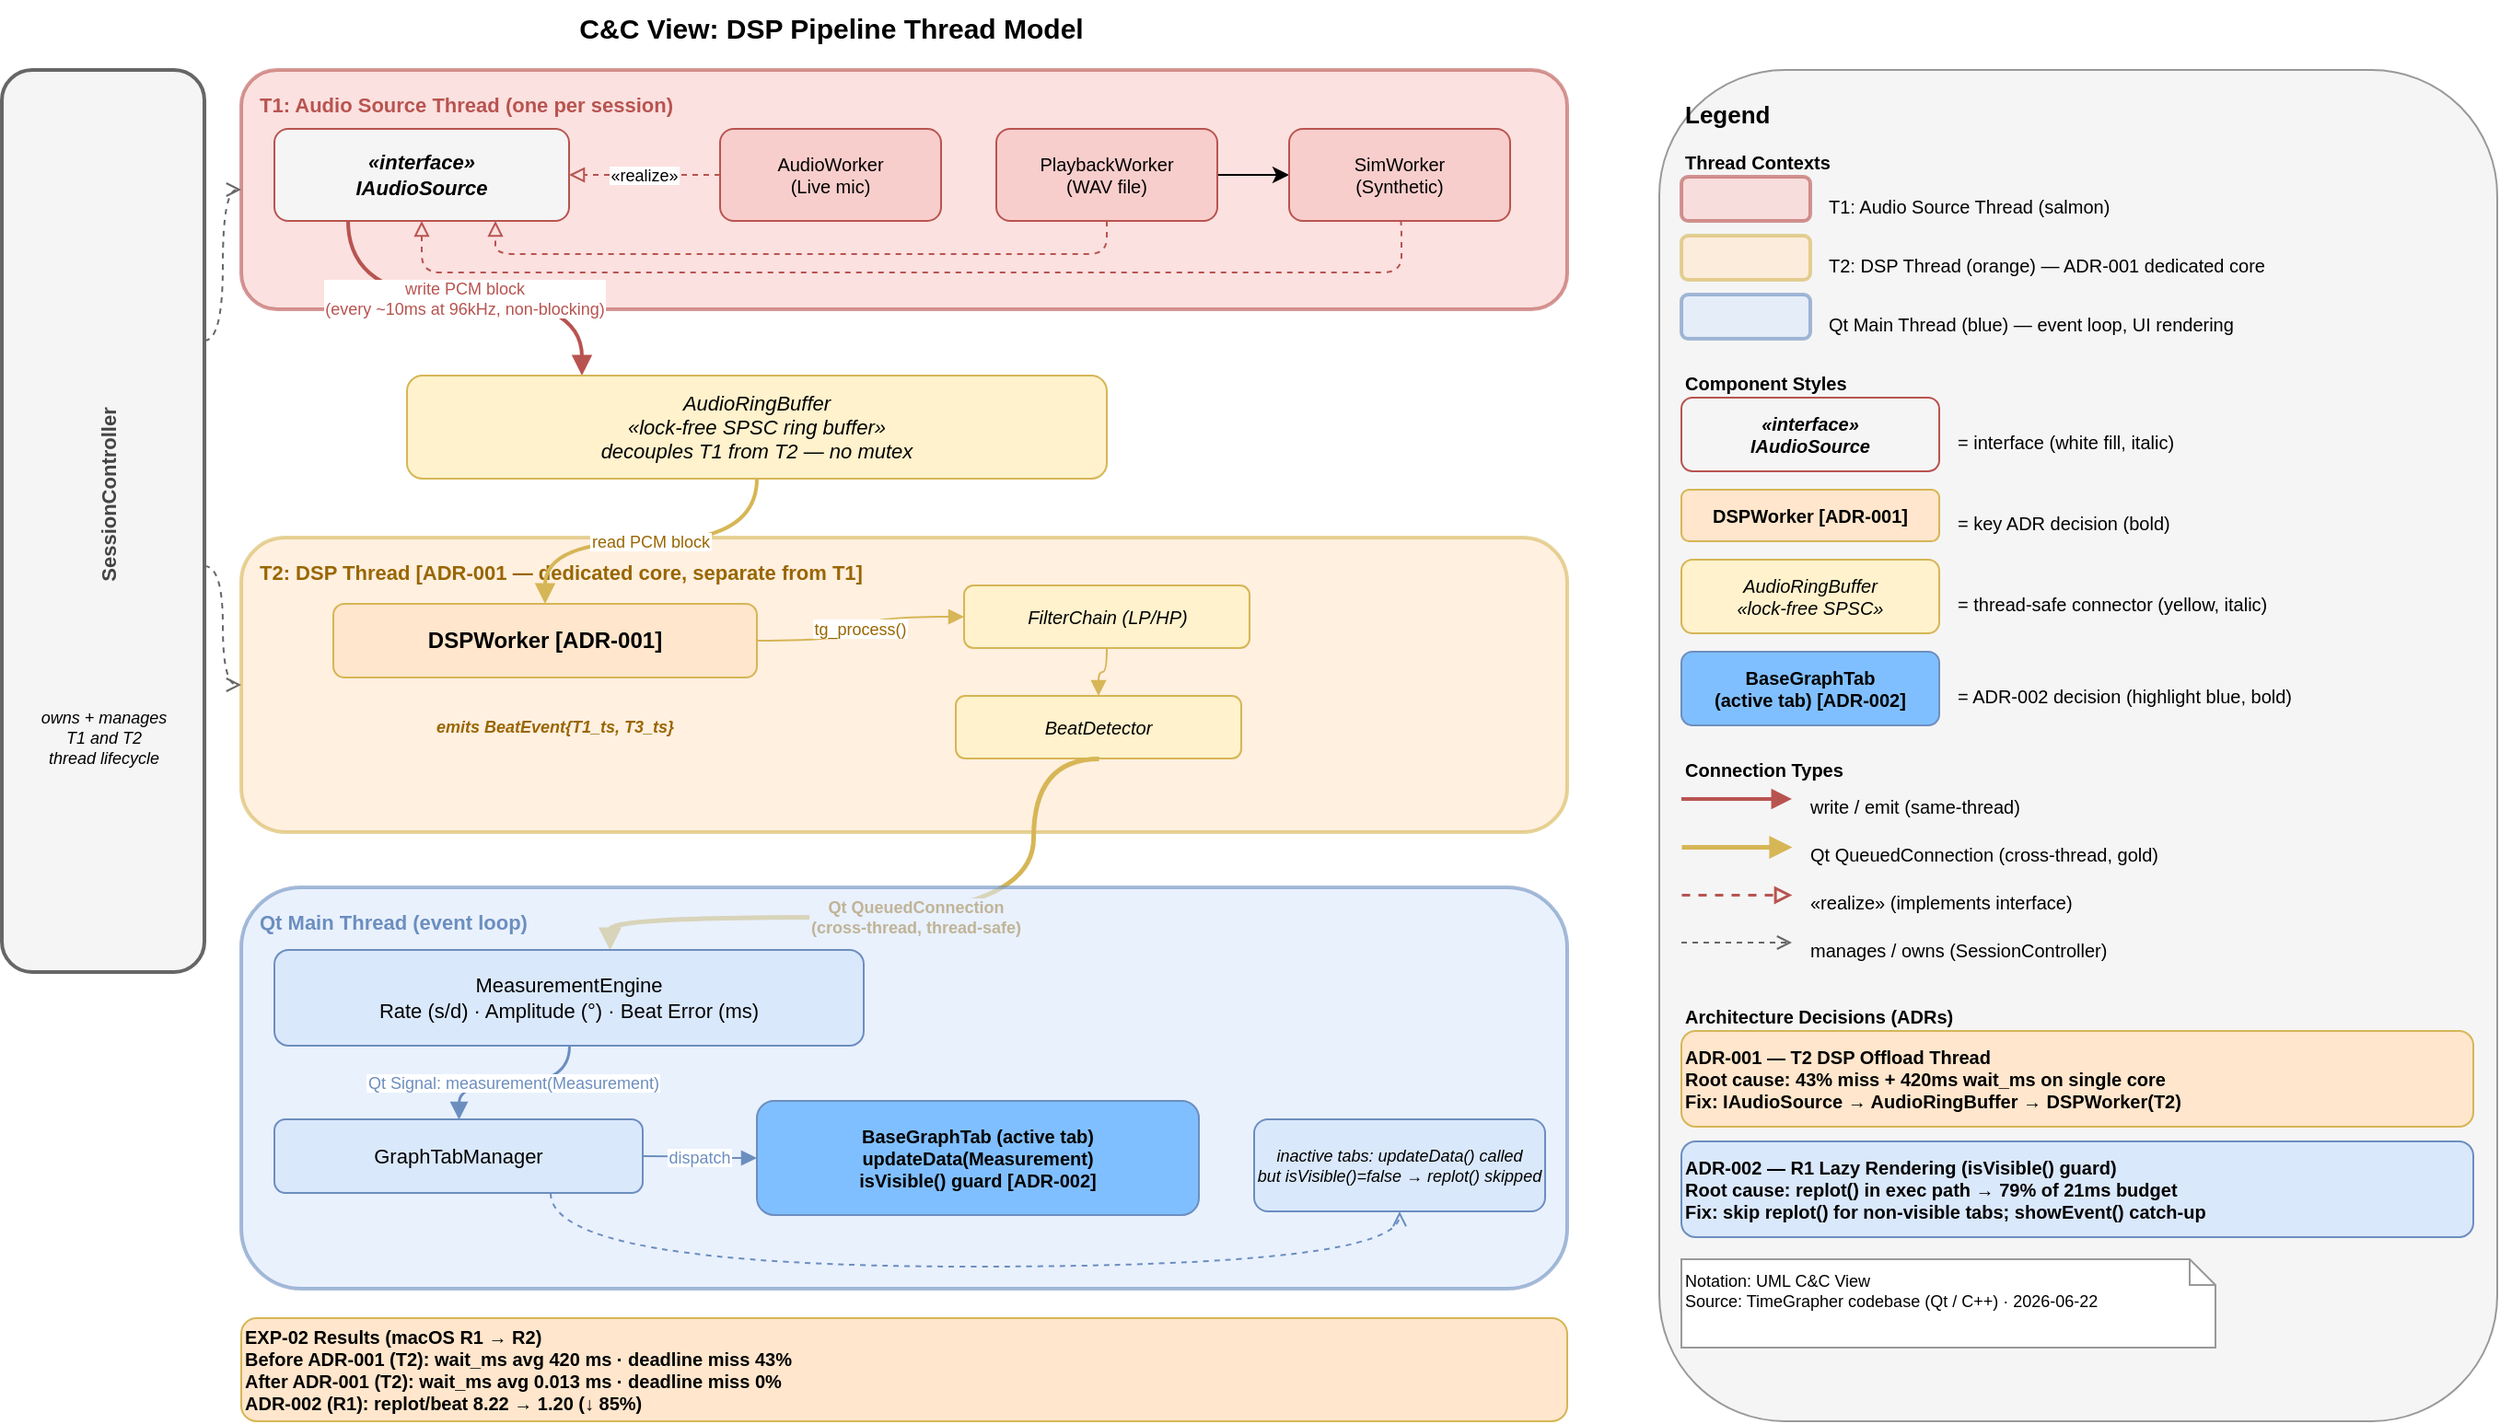
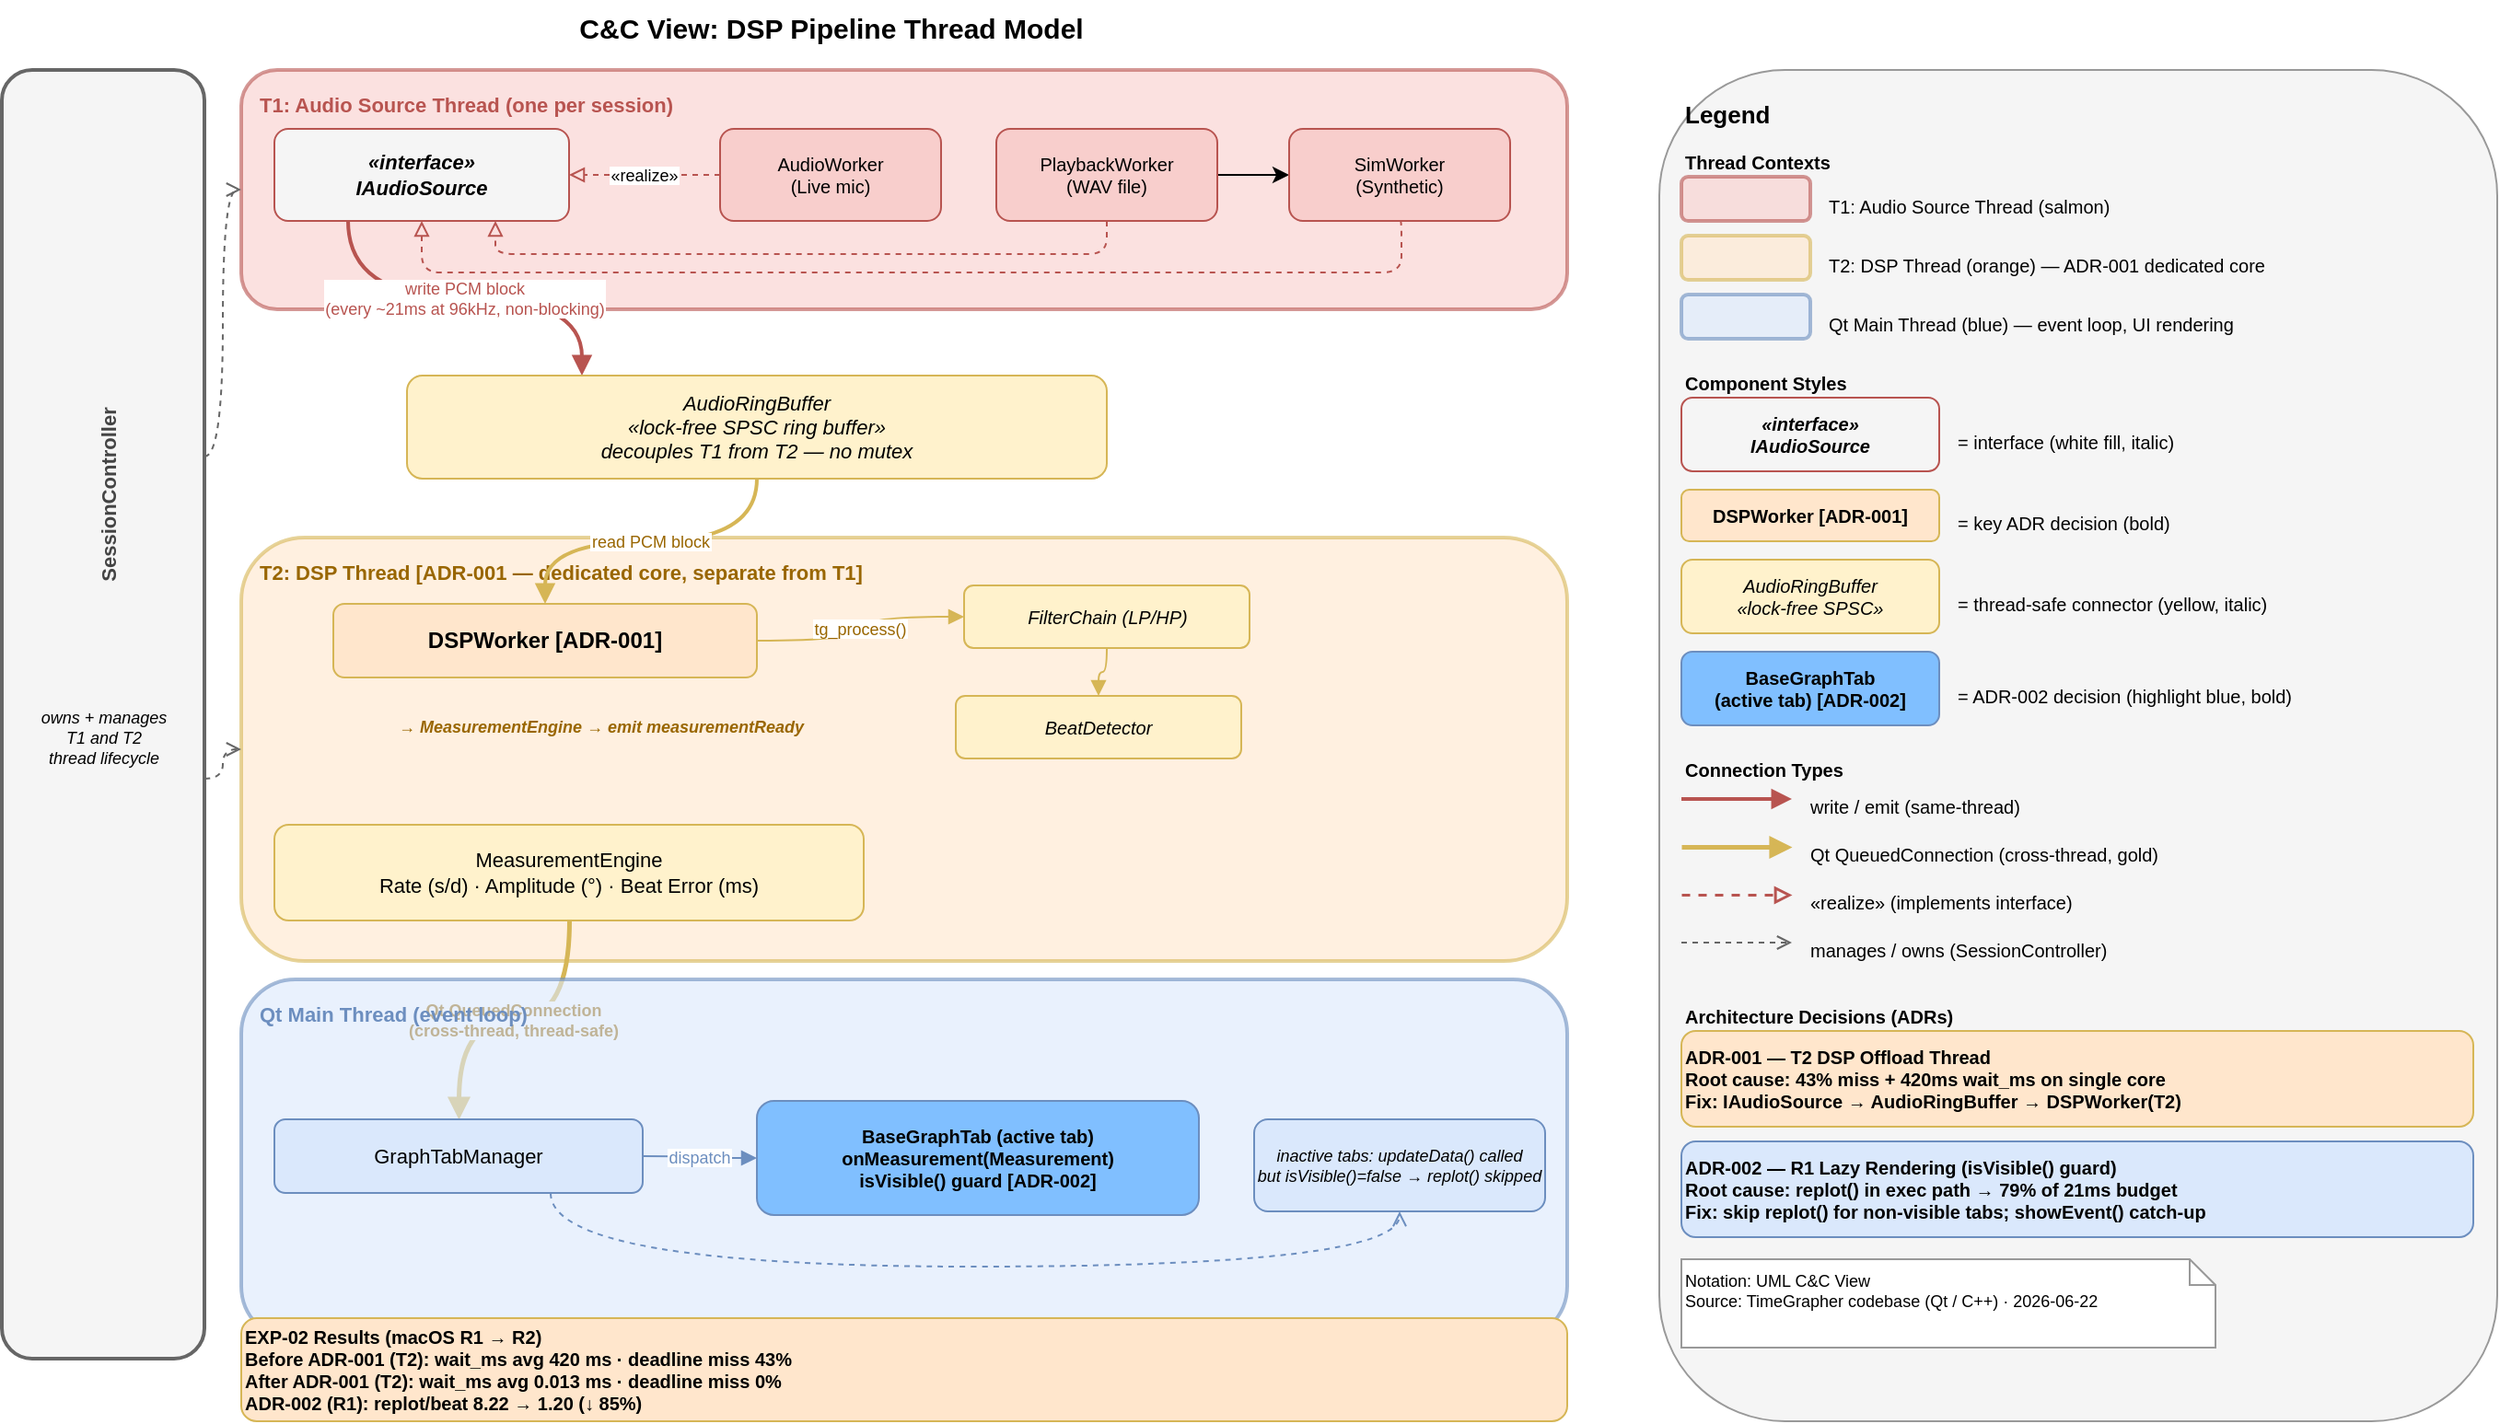
<mxfile host="65bd71144e">
    <diagram id="qyTlTNhwdUwzPtwj8nr9" name="DSP Pipeline C&amp;C View">
        <mxGraphModel dx="1134" dy="559" grid="1" gridSize="10" guides="1" tooltips="1" connect="1" arrows="1" fold="1" page="1" pageScale="1" pageWidth="1400" pageHeight="800" math="0" shadow="0">
            <root>
                <mxCell id="0"/>
                <mxCell id="1" parent="0"/>
                <mxCell id="T0" value="C&amp;C View: DSP Pipeline Thread Model" style="text;html=1;strokeColor=none;fillColor=none;align=center;fontSize=15;fontStyle=1;" parent="1" vertex="1">
                    <mxGeometry x="60" y="12" width="820" height="28" as="geometry"/>
                </mxCell>
                <mxCell id="SC_BOX" value="" style="rounded=1;whiteSpace=wrap;html=1;fillColor=#f5f5f5;strokeColor=#666666;strokeWidth=2;" parent="1" vertex="1">
-                     <mxGeometry x="20" y="50" width="110" height="490" as="geometry"/>
+                     <mxGeometry x="20" y="50" width="110" height="700" as="geometry"/>
                </mxCell>
                <mxCell id="SC_LBL" value="SessionController" style="text;html=1;strokeColor=none;fillColor=none;fontStyle=1;fontSize=11;fontColor=#444444;rotation=-90;align=center;" parent="1" vertex="1">
                    <mxGeometry x="-14" y="270" width="180" height="22" as="geometry"/>
                </mxCell>
                <mxCell id="SC_NOTE" value="owns + manages&#xa;T1 and T2&#xa;thread lifecycle" style="text;html=1;strokeColor=none;fillColor=none;fontSize=9;fontStyle=2;align=center;" parent="1" vertex="1">
                    <mxGeometry x="24" y="390" width="102" height="50" as="geometry"/>
                </mxCell>
                <mxCell id="T1_BG" value="" style="rounded=1;whiteSpace=wrap;html=1;fillColor=#f8cecc;strokeColor=#b85450;strokeWidth=2;opacity=60;" parent="1" vertex="1">
                    <mxGeometry x="150" y="50" width="720" height="130" as="geometry"/>
                </mxCell>
                <mxCell id="T1_LBL" value="T1: Audio Source Thread  (one per session)" style="text;html=1;strokeColor=none;fillColor=none;fontStyle=1;fontSize=11;fontColor=#b85450;align=left;" parent="1" vertex="1">
                    <mxGeometry x="158" y="56" width="380" height="20" as="geometry"/>
                </mxCell>
                <mxCell id="IA" value="«interface»&#xa;IAudioSource" style="rounded=1;whiteSpace=wrap;html=1;fillColor=#f5f5f5;strokeColor=#b85450;fontStyle=3;fontSize=11;" parent="1" vertex="1">
                    <mxGeometry x="168" y="82" width="160" height="50" as="geometry"/>
                </mxCell>
                <mxCell id="AW" value="AudioWorker&#xa;(Live mic)" style="rounded=1;whiteSpace=wrap;html=1;fillColor=#f8cecc;strokeColor=#b85450;fontSize=10;" parent="1" vertex="1">
                    <mxGeometry x="410" y="82" width="120" height="50" as="geometry"/>
                </mxCell>
                <mxCell id="2" value="" style="edgeStyle=none;html=1;" edge="1" parent="1" source="PW" target="SW">
                    <mxGeometry relative="1" as="geometry"/>
                </mxCell>
                <mxCell id="PW" value="PlaybackWorker&#xa;(WAV file)" style="rounded=1;whiteSpace=wrap;html=1;fillColor=#f8cecc;strokeColor=#b85450;fontSize=10;" parent="1" vertex="1">
                    <mxGeometry x="560" y="82" width="120" height="50" as="geometry"/>
                </mxCell>
                <mxCell id="SW" value="SimWorker&#xa;(Synthetic)" style="rounded=1;whiteSpace=wrap;html=1;fillColor=#f8cecc;strokeColor=#b85450;fontSize=10;" parent="1" vertex="1">
                    <mxGeometry x="719" y="82" width="120" height="50" as="geometry"/>
                </mxCell>
                <mxCell id="R_AW" value="«realize»" style="dashed=1;endArrow=block;endFill=0;strokeColor=#b85450;fontSize=9;" parent="1" source="AW" target="IA" edge="1">
                    <mxGeometry relative="1" as="geometry"/>
                </mxCell>
                <mxCell id="R_PW" value="" style="dashed=1;endArrow=block;endFill=0;strokeColor=#b85450;exitX=0.5;exitY=1;exitDx=0;exitDy=0;entryX=0.75;entryY=1;entryDx=0;entryDy=0;edgeStyle=orthogonalEdgeStyle;" parent="1" source="PW" target="IA" edge="1">
                    <mxGeometry relative="1" as="geometry">
                        <Array as="points">
                            <mxPoint x="620" y="150"/>
                            <mxPoint x="288" y="150"/>
                        </Array>
                    </mxGeometry>
                </mxCell>
                <mxCell id="R_SW" value="" style="dashed=1;endArrow=block;endFill=0;strokeColor=#b85450;exitX=0.5;exitY=1;exitDx=0;exitDy=0;entryX=0.5;entryY=1;entryDx=0;entryDy=0;edgeStyle=orthogonalEdgeStyle;" parent="1" source="SW" target="IA" edge="1">
                    <mxGeometry relative="1" as="geometry">
                        <Array as="points">
                            <mxPoint x="780" y="132"/>
                            <mxPoint x="780" y="160"/>
                            <mxPoint x="248" y="160"/>
                        </Array>
                    </mxGeometry>
                </mxCell>
-                 <mxCell id="T1_RB" value="write PCM block&#xa;(every ~10ms at 96kHz, non-blocking)" style="edgeStyle=orthogonalEdgeStyle;rounded=1;curved=1;endArrow=block;endFill=1;strokeColor=#b85450;strokeWidth=2;fontColor=#b85450;fontSize=9;align=center;entryX=0.25;entryY=0;entryDx=0;entryDy=0;exitX=0.25;exitY=1;exitDx=0;exitDy=0;" parent="1" source="IA" target="RB" edge="1">
+                 <mxCell id="T1_RB" value="write PCM block&#xa;(every ~21ms at 96kHz, non-blocking)" style="edgeStyle=orthogonalEdgeStyle;rounded=1;curved=1;endArrow=block;endFill=1;strokeColor=#b85450;strokeWidth=2;fontColor=#b85450;fontSize=9;align=center;entryX=0.25;entryY=0;entryDx=0;entryDy=0;exitX=0.25;exitY=1;exitDx=0;exitDy=0;" parent="1" source="IA" target="RB" edge="1">
                    <mxGeometry relative="1" as="geometry"/>
                </mxCell>
                <mxCell id="RB" value="AudioRingBuffer&#xa;«lock-free SPSC ring buffer»&#xa;decouples T1 from T2 — no mutex" style="rounded=1;whiteSpace=wrap;html=1;fillColor=#fff2cc;strokeColor=#d6b656;fontStyle=2;fontSize=11;" parent="1" vertex="1">
                    <mxGeometry x="240" y="216" width="380" height="56" as="geometry"/>
                </mxCell>
                <mxCell id="T2_BG" value="" style="rounded=1;whiteSpace=wrap;html=1;fillColor=#ffe6cc;strokeColor=#d6b656;strokeWidth=2;opacity=60;" parent="1" vertex="1">
-                     <mxGeometry x="150" y="304" width="720" height="160" as="geometry"/>
+                     <mxGeometry x="150" y="304" width="720" height="230" as="geometry"/>
                </mxCell>
                <mxCell id="T2_LBL" value="T2: DSP Thread  [ADR-001 — dedicated core, separate from T1]" style="text;html=1;strokeColor=none;fillColor=none;fontStyle=1;fontSize=11;fontColor=#996600;align=left;" parent="1" vertex="1">
                    <mxGeometry x="158" y="310" width="540" height="20" as="geometry"/>
                </mxCell>
                <mxCell id="DW" value="DSPWorker [ADR-001]" style="rounded=1;whiteSpace=wrap;html=1;fillColor=#ffe6cc;strokeColor=#d6b656;fontStyle=1;fontSize=12;" parent="1" vertex="1">
                    <mxGeometry x="200" y="340" width="230" height="40" as="geometry"/>
                </mxCell>
                <mxCell id="FC" value="FilterChain (LP/HP)" style="rounded=1;whiteSpace=wrap;html=1;fillColor=#fff2cc;strokeColor=#d6b656;fontStyle=2;fontSize=10;" parent="1" vertex="1">
                    <mxGeometry x="542.5" y="330" width="155" height="34" as="geometry"/>
                </mxCell>
                <mxCell id="BD" value="BeatDetector" style="rounded=1;whiteSpace=wrap;html=1;fillColor=#fff2cc;strokeColor=#d6b656;fontStyle=2;fontSize=10;" parent="1" vertex="1">
                    <mxGeometry x="538" y="390" width="155" height="34" as="geometry"/>
                </mxCell>
                <mxCell id="RB_DW" value="read PCM block" style="edgeStyle=orthogonalEdgeStyle;rounded=1;curved=1;endArrow=block;endFill=1;strokeColor=#d6b656;strokeWidth=2;fontColor=#996600;fontSize=9;" parent="1" source="RB" target="DW" edge="1">
                    <mxGeometry relative="1" as="geometry"/>
                </mxCell>
                <mxCell id="DW_FC" value="tg_process()" style="edgeStyle=orthogonalEdgeStyle;rounded=1;curved=1;endArrow=block;endFill=1;strokeColor=#d6b656;fontSize=9;fontColor=#996600;" parent="1" source="DW" target="FC" edge="1">
                    <mxGeometry relative="1" as="geometry"/>
                </mxCell>
                <mxCell id="FC_BD" value="" style="edgeStyle=orthogonalEdgeStyle;rounded=1;curved=1;endArrow=block;endFill=1;strokeColor=#d6b656;" parent="1" source="FC" target="BD" edge="1">
                    <mxGeometry relative="1" as="geometry"/>
                </mxCell>
-                 <mxCell id="BE_LBL" value="emits BeatEvent{T1_ts, T3_ts}" style="text;html=1;strokeColor=none;fillColor=none;fontSize=9;fontStyle=3;fontColor=#996600;align=center;" parent="1" vertex="1">
-                     <mxGeometry x="200" y="395" width="240" height="16" as="geometry"/>
-                 </mxCell>
-                 <mxCell id="T2_QC" value="Qt QueuedConnection&#xa;(cross-thread, thread-safe)" style="edgeStyle=orthogonalEdgeStyle;rounded=1;curved=1;endArrow=block;endFill=1;strokeColor=#d6b656;strokeWidth=2.5;fontColor=#996600;fontSize=9;fontStyle=1;align=center;exitX=0.5;exitY=1;exitDx=0;exitDy=0;" parent="1" source="BD" target="ME" edge="1">
-                     <mxGeometry relative="1" as="geometry">
-                         <Array as="points">
-                             <mxPoint x="580" y="424"/>
-                             <mxPoint x="580" y="510"/>
-                             <mxPoint x="350" y="510"/>
-                         </Array>
-                     </mxGeometry>
+                 <mxCell id="BE_LBL" value="→ MeasurementEngine → emit measurementReady" style="text;html=1;strokeColor=none;fillColor=none;fontSize=9;fontStyle=3;fontColor=#996600;align=center;" parent="1" vertex="1">
+                     <mxGeometry x="200" y="395" width="290" height="16" as="geometry"/>
+                 </mxCell>
+                 <mxCell id="T2_QC" value="Qt QueuedConnection&#xa;(cross-thread, thread-safe)" style="edgeStyle=orthogonalEdgeStyle;rounded=1;curved=1;endArrow=block;endFill=1;strokeColor=#d6b656;strokeWidth=2.5;fontColor=#996600;fontSize=9;fontStyle=1;align=center;exitX=0.5;exitY=1;exitDx=0;exitDy=0;" parent="1" source="ME" target="GTM" edge="1">
+                     <mxGeometry relative="1" as="geometry"/>
                </mxCell>
                <mxCell id="QT_BG" value="" style="rounded=1;whiteSpace=wrap;html=1;fillColor=#dae8fc;strokeColor=#6c8ebf;strokeWidth=2;opacity=60;" parent="1" vertex="1">
-                     <mxGeometry x="150" y="494" width="720" height="218" as="geometry"/>
+                     <mxGeometry x="150" y="544" width="720" height="196" as="geometry"/>
                </mxCell>
                <mxCell id="QT_LBL" value="Qt Main Thread  (event loop)" style="text;html=1;strokeColor=none;fillColor=none;fontStyle=1;fontSize=11;fontColor=#6c8ebf;align=left;" parent="1" vertex="1">
-                     <mxGeometry x="158" y="500" width="340" height="20" as="geometry"/>
-                 </mxCell>
-                 <mxCell id="ME" value="MeasurementEngine&#xa;Rate (s/d) · Amplitude (°) · Beat Error (ms)" style="rounded=1;whiteSpace=wrap;html=1;fillColor=#dae8fc;strokeColor=#6c8ebf;fontSize=11;" parent="1" vertex="1">
-                     <mxGeometry x="168" y="528" width="320" height="52" as="geometry"/>
+                     <mxGeometry x="158" y="550" width="340" height="20" as="geometry"/>
+                 </mxCell>
+                 <mxCell id="ME" value="MeasurementEngine&#xa;Rate (s/d) · Amplitude (°) · Beat Error (ms)" style="rounded=1;whiteSpace=wrap;html=1;fillColor=#fff2cc;strokeColor=#d6b656;fontSize=11;" parent="1" vertex="1">
+                     <mxGeometry x="168" y="460" width="320" height="52" as="geometry"/>
                </mxCell>
                <mxCell id="GTM" value="GraphTabManager" style="rounded=1;whiteSpace=wrap;html=1;fillColor=#dae8fc;strokeColor=#6c8ebf;fontSize=11;" parent="1" vertex="1">
                    <mxGeometry x="168" y="620" width="200" height="40" as="geometry"/>
                </mxCell>
-                 <mxCell id="BG" value="BaseGraphTab (active tab)&#xa;updateData(Measurement)&#xa;isVisible() guard [ADR-002]" style="rounded=1;whiteSpace=wrap;html=1;fillColor=#80bfff;strokeColor=#6c8ebf;fontStyle=1;fontSize=10;" parent="1" vertex="1">
+                 <mxCell id="BG" value="BaseGraphTab (active tab)&#xa;onMeasurement(Measurement)&#xa;isVisible() guard [ADR-002]" style="rounded=1;whiteSpace=wrap;html=1;fillColor=#80bfff;strokeColor=#6c8ebf;fontStyle=1;fontSize=10;" parent="1" vertex="1">
                    <mxGeometry x="430" y="610" width="240" height="62" as="geometry"/>
                </mxCell>
                <mxCell id="INACT" value="inactive tabs: updateData() called&#xa;but isVisible()=false → replot() skipped" style="rounded=1;whiteSpace=wrap;html=1;fillColor=#dae8fc;strokeColor=#6c8ebf;fontSize=9;fontStyle=2;" parent="1" vertex="1">
                    <mxGeometry x="700" y="620" width="158" height="50" as="geometry"/>
-                 </mxCell>
-                 <mxCell id="ME_GTM" value="Qt Signal: measurement(Measurement)" style="edgeStyle=orthogonalEdgeStyle;rounded=1;curved=1;endArrow=block;endFill=1;strokeColor=#6c8ebf;strokeWidth=1.5;fontColor=#6c8ebf;fontSize=9;" parent="1" source="ME" target="GTM" edge="1">
-                     <mxGeometry relative="1" as="geometry"/>
                </mxCell>
                <mxCell id="GTM_BG" value="dispatch" style="edgeStyle=orthogonalEdgeStyle;rounded=1;curved=1;endArrow=block;endFill=1;strokeColor=#6c8ebf;fontColor=#6c8ebf;fontSize=9;" parent="1" source="GTM" target="BG" edge="1">
                    <mxGeometry relative="1" as="geometry"/>
                </mxCell>
                <mxCell id="GTM_INACT" value="" style="edgeStyle=orthogonalEdgeStyle;rounded=1;curved=1;dashed=1;endArrow=open;endFill=0;strokeColor=#6c8ebf;entryX=0.5;entryY=1;entryDx=0;entryDy=0;exitX=0.75;exitY=1;exitDx=0;exitDy=0;" parent="1" source="GTM" target="INACT" edge="1">
                    <mxGeometry relative="1" as="geometry">
                        <Array as="points">
                            <mxPoint x="318" y="700"/>
                            <mxPoint x="779" y="700"/>
                        </Array>
                    </mxGeometry>
                </mxCell>
                <mxCell id="SC_T1" value="" style="edgeStyle=orthogonalEdgeStyle;rounded=1;curved=1;dashed=1;endArrow=open;endFill=0;strokeColor=#666666;fontSize=9;exitX=1;exitY=0.3;exitDx=0;exitDy=0;entryX=0;entryY=0.5;entryDx=0;entryDy=0;" parent="1" source="SC_BOX" target="T1_BG" edge="1">
                    <mxGeometry relative="1" as="geometry"/>
                </mxCell>
                <mxCell id="SC_T2" value="" style="edgeStyle=orthogonalEdgeStyle;rounded=1;curved=1;dashed=1;endArrow=open;endFill=0;strokeColor=#666666;fontSize=9;exitX=1;exitY=0.55;exitDx=0;exitDy=0;entryX=0;entryY=0.5;entryDx=0;entryDy=0;" parent="1" source="SC_BOX" target="T2_BG" edge="1">
                    <mxGeometry relative="1" as="geometry"/>
                </mxCell>
                <mxCell id="EXP_BOX" value="EXP-02 Results (macOS R1 → R2)&#xa;Before ADR-001 (T2):  wait_ms avg 420 ms · deadline miss 43%&#xa;After  ADR-001 (T2):  wait_ms avg 0.013 ms · deadline miss 0%&#xa;ADR-002 (R1):  replot/beat 8.22 → 1.20  (↓ 85%)" style="rounded=1;whiteSpace=wrap;html=1;fillColor=#ffe6cc;strokeColor=#d6b656;fontSize=10;align=left;fontStyle=1;" parent="1" vertex="1">
                    <mxGeometry x="150" y="728" width="720" height="56" as="geometry"/>
                </mxCell>
                <mxCell id="LEG_BOX" value="" style="rounded=1;whiteSpace=wrap;html=1;fillColor=#f5f5f5;strokeColor=#999999;" parent="1" vertex="1">
                    <mxGeometry x="920" y="50" width="455" height="734" as="geometry"/>
                </mxCell>
                <mxCell id="LEG_T" value="Legend" style="text;html=1;strokeColor=none;fillColor=none;fontStyle=1;fontSize=13;align=left;" parent="1" vertex="1">
                    <mxGeometry x="932" y="60" width="80" height="20" as="geometry"/>
                </mxCell>
                <mxCell id="LGS0" value="Thread Contexts" style="text;html=1;strokeColor=none;fillColor=none;fontStyle=1;fontSize=10;align=left;" parent="1" vertex="1">
                    <mxGeometry x="932" y="88" width="430" height="16" as="geometry"/>
                </mxCell>
                <mxCell id="LGB1" value="" style="rounded=1;whiteSpace=wrap;html=1;fillColor=#f8cecc;strokeColor=#b85450;strokeWidth=2;opacity=60;" parent="1" vertex="1">
                    <mxGeometry x="932" y="108" width="70" height="24" as="geometry"/>
                </mxCell>
                <mxCell id="LGT_T1" value="T1: Audio Source Thread (salmon)" style="text;html=1;strokeColor=none;fillColor=none;align=left;fontSize=10;" parent="1" vertex="1">
                    <mxGeometry x="1010" y="112" width="360" height="16" as="geometry"/>
                </mxCell>
                <mxCell id="LGB2" value="" style="rounded=1;whiteSpace=wrap;html=1;fillColor=#ffe6cc;strokeColor=#d6b656;strokeWidth=2;opacity=60;" parent="1" vertex="1">
                    <mxGeometry x="932" y="140" width="70" height="24" as="geometry"/>
                </mxCell>
                <mxCell id="LGT_T2" value="T2: DSP Thread (orange) — ADR-001 dedicated core" style="text;html=1;strokeColor=none;fillColor=none;align=left;fontSize=10;" parent="1" vertex="1">
                    <mxGeometry x="1010" y="144" width="360" height="16" as="geometry"/>
                </mxCell>
                <mxCell id="LGB3" value="" style="rounded=1;whiteSpace=wrap;html=1;fillColor=#dae8fc;strokeColor=#6c8ebf;strokeWidth=2;opacity=60;" parent="1" vertex="1">
                    <mxGeometry x="932" y="172" width="70" height="24" as="geometry"/>
                </mxCell>
                <mxCell id="LGT_T3" value="Qt Main Thread (blue) — event loop, UI rendering" style="text;html=1;strokeColor=none;fillColor=none;align=left;fontSize=10;" parent="1" vertex="1">
                    <mxGeometry x="1010" y="176" width="360" height="16" as="geometry"/>
                </mxCell>
                <mxCell id="LGS1" value="Component Styles" style="text;html=1;strokeColor=none;fillColor=none;fontStyle=1;fontSize=10;align=left;" parent="1" vertex="1">
                    <mxGeometry x="932" y="208" width="430" height="16" as="geometry"/>
                </mxCell>
                <mxCell id="LGC1" value="«interface»&#xa;IAudioSource" style="rounded=1;whiteSpace=wrap;html=1;fillColor=#f5f5f5;strokeColor=#b85450;fontStyle=3;fontSize=10;" parent="1" vertex="1">
                    <mxGeometry x="932" y="228" width="140" height="40" as="geometry"/>
                </mxCell>
                <mxCell id="LGT4" value="= interface (white fill, italic)" style="text;html=1;strokeColor=none;fillColor=none;align=left;fontSize=10;" parent="1" vertex="1">
                    <mxGeometry x="1080" y="240" width="290" height="16" as="geometry"/>
                </mxCell>
                <mxCell id="LGC2" value="DSPWorker [ADR-001]" style="rounded=1;whiteSpace=wrap;html=1;fillColor=#ffe6cc;strokeColor=#d6b656;fontStyle=1;fontSize=10;" parent="1" vertex="1">
                    <mxGeometry x="932" y="278" width="140" height="28" as="geometry"/>
                </mxCell>
                <mxCell id="LGT5" value="= key ADR decision (bold)" style="text;html=1;strokeColor=none;fillColor=none;align=left;fontSize=10;" parent="1" vertex="1">
                    <mxGeometry x="1080" y="284" width="290" height="16" as="geometry"/>
                </mxCell>
                <mxCell id="LGC3" value="AudioRingBuffer&#xa;«lock-free SPSC»" style="rounded=1;whiteSpace=wrap;html=1;fillColor=#fff2cc;strokeColor=#d6b656;fontStyle=2;fontSize=10;" parent="1" vertex="1">
                    <mxGeometry x="932" y="316" width="140" height="40" as="geometry"/>
                </mxCell>
                <mxCell id="LGT6" value="= thread-safe connector (yellow, italic)" style="text;html=1;strokeColor=none;fillColor=none;align=left;fontSize=10;" parent="1" vertex="1">
                    <mxGeometry x="1080" y="328" width="290" height="16" as="geometry"/>
                </mxCell>
                <mxCell id="LGC4" value="BaseGraphTab&#xa;(active tab) [ADR-002]" style="rounded=1;whiteSpace=wrap;html=1;fillColor=#80bfff;strokeColor=#6c8ebf;fontStyle=1;fontSize=10;" parent="1" vertex="1">
                    <mxGeometry x="932" y="366" width="140" height="40" as="geometry"/>
                </mxCell>
                <mxCell id="LGT7" value="= ADR-002 decision (highlight blue, bold)" style="text;html=1;strokeColor=none;fillColor=none;align=left;fontSize=10;" parent="1" vertex="1">
                    <mxGeometry x="1080" y="378" width="290" height="16" as="geometry"/>
                </mxCell>
                <mxCell id="LGS2" value="Connection Types" style="text;html=1;strokeColor=none;fillColor=none;fontStyle=1;fontSize=10;align=left;" parent="1" vertex="1">
                    <mxGeometry x="932" y="418" width="430" height="16" as="geometry"/>
                </mxCell>
                <mxCell id="LGE1" value="" style="endArrow=block;endFill=1;strokeColor=#b85450;strokeWidth=2;" parent="1" edge="1">
                    <mxGeometry relative="1" as="geometry">
                        <mxPoint x="932" y="446" as="sourcePoint"/>
                        <mxPoint x="992" y="446" as="targetPoint"/>
                    </mxGeometry>
                </mxCell>
                <mxCell id="LGT8" value="write / emit  (same-thread)" style="text;html=1;strokeColor=none;fillColor=none;align=left;fontSize=10;" parent="1" vertex="1">
                    <mxGeometry x="1000" y="438" width="360" height="16" as="geometry"/>
                </mxCell>
                <mxCell id="LGE2" value="" style="endArrow=block;endFill=1;strokeColor=#d6b656;strokeWidth=2.5;" parent="1" edge="1">
                    <mxGeometry relative="1" as="geometry">
                        <mxPoint x="932" y="472" as="sourcePoint"/>
                        <mxPoint x="992" y="472" as="targetPoint"/>
                    </mxGeometry>
                </mxCell>
                <mxCell id="LGT9" value="Qt QueuedConnection  (cross-thread, gold)" style="text;html=1;strokeColor=none;fillColor=none;align=left;fontSize=10;" parent="1" vertex="1">
                    <mxGeometry x="1000" y="464" width="360" height="16" as="geometry"/>
                </mxCell>
                <mxCell id="LGE3" value="" style="dashed=1;endArrow=block;endFill=0;strokeColor=#b85450;strokeWidth=1.5;" parent="1" edge="1">
                    <mxGeometry relative="1" as="geometry">
                        <mxPoint x="932" y="498" as="sourcePoint"/>
                        <mxPoint x="992" y="498" as="targetPoint"/>
                    </mxGeometry>
                </mxCell>
                <mxCell id="LGT10" value="«realize»  (implements interface)" style="text;html=1;strokeColor=none;fillColor=none;align=left;fontSize=10;" parent="1" vertex="1">
                    <mxGeometry x="1000" y="490" width="360" height="16" as="geometry"/>
                </mxCell>
                <mxCell id="LGE4" value="" style="dashed=1;endArrow=open;endFill=0;strokeColor=#666666;" parent="1" edge="1">
                    <mxGeometry relative="1" as="geometry">
                        <mxPoint x="932" y="524" as="sourcePoint"/>
                        <mxPoint x="992" y="524" as="targetPoint"/>
                    </mxGeometry>
                </mxCell>
                <mxCell id="LGT11" value="manages / owns  (SessionController)" style="text;html=1;strokeColor=none;fillColor=none;align=left;fontSize=10;" parent="1" vertex="1">
                    <mxGeometry x="1000" y="516" width="360" height="16" as="geometry"/>
                </mxCell>
                <mxCell id="LGS3" value="Architecture Decisions (ADRs)" style="text;html=1;strokeColor=none;fillColor=none;fontStyle=1;fontSize=10;align=left;" parent="1" vertex="1">
                    <mxGeometry x="932" y="552" width="430" height="16" as="geometry"/>
                </mxCell>
                <mxCell id="LGADR1" value="ADR-001 — T2 DSP Offload Thread&#xa;Root cause: 43% miss + 420ms wait_ms on single core&#xa;Fix: IAudioSource → AudioRingBuffer → DSPWorker(T2)" style="rounded=1;whiteSpace=wrap;html=1;fillColor=#ffe6cc;strokeColor=#d6b656;align=left;fontSize=10;fontStyle=1;" parent="1" vertex="1">
                    <mxGeometry x="932" y="572" width="430" height="52" as="geometry"/>
                </mxCell>
                <mxCell id="LGADR2" value="ADR-002 — R1 Lazy Rendering (isVisible() guard)&#xa;Root cause: replot() in exec path → 79% of 21ms budget&#xa;Fix: skip replot() for non-visible tabs; showEvent() catch-up" style="rounded=1;whiteSpace=wrap;html=1;fillColor=#dae8fc;strokeColor=#6c8ebf;align=left;fontSize=10;fontStyle=1;" parent="1" vertex="1">
                    <mxGeometry x="932" y="632" width="430" height="52" as="geometry"/>
                </mxCell>
                <mxCell id="KNOTE" value="Notation: UML C&amp;C View&#xa;Source: TimeGrapher codebase (Qt / C++) · 2026-06-22" style="shape=note;whiteSpace=wrap;html=1;backgroundOutline=1;fontSize=9;fillColor=#ffffff;strokeColor=#999999;size=14;align=left;verticalAlign=top;" parent="1" vertex="1">
                    <mxGeometry x="932" y="696" width="290" height="48" as="geometry"/>
                </mxCell>
            </root>
        </mxGraphModel>
    </diagram>
</mxfile>